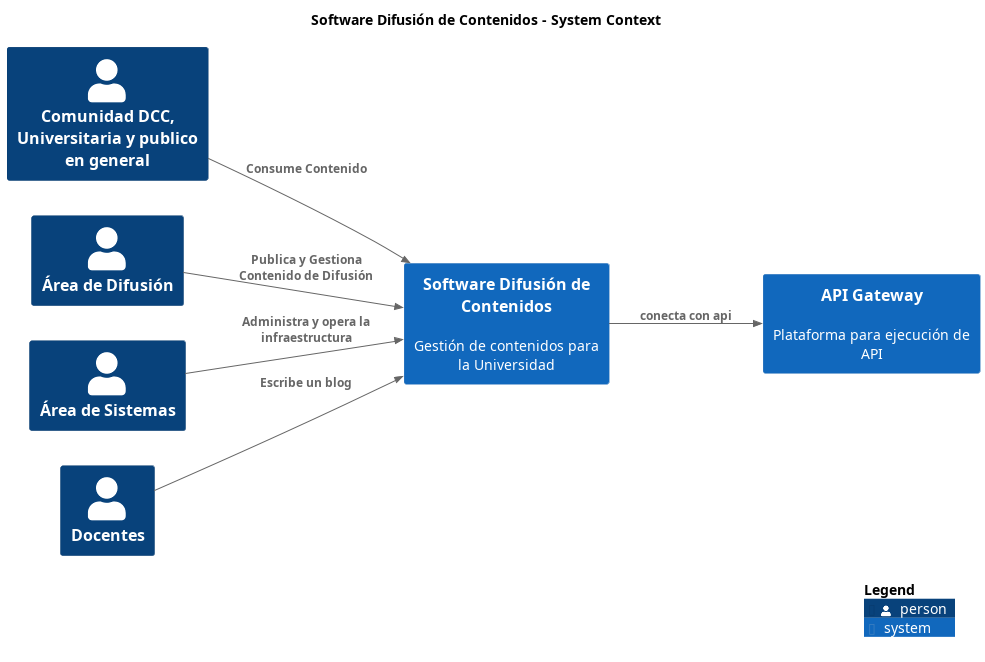
This is build/site/master/png/SystemContext-001.png from nbrx/c4-dcc-arq, a PlantUML export, as it was before one commit.
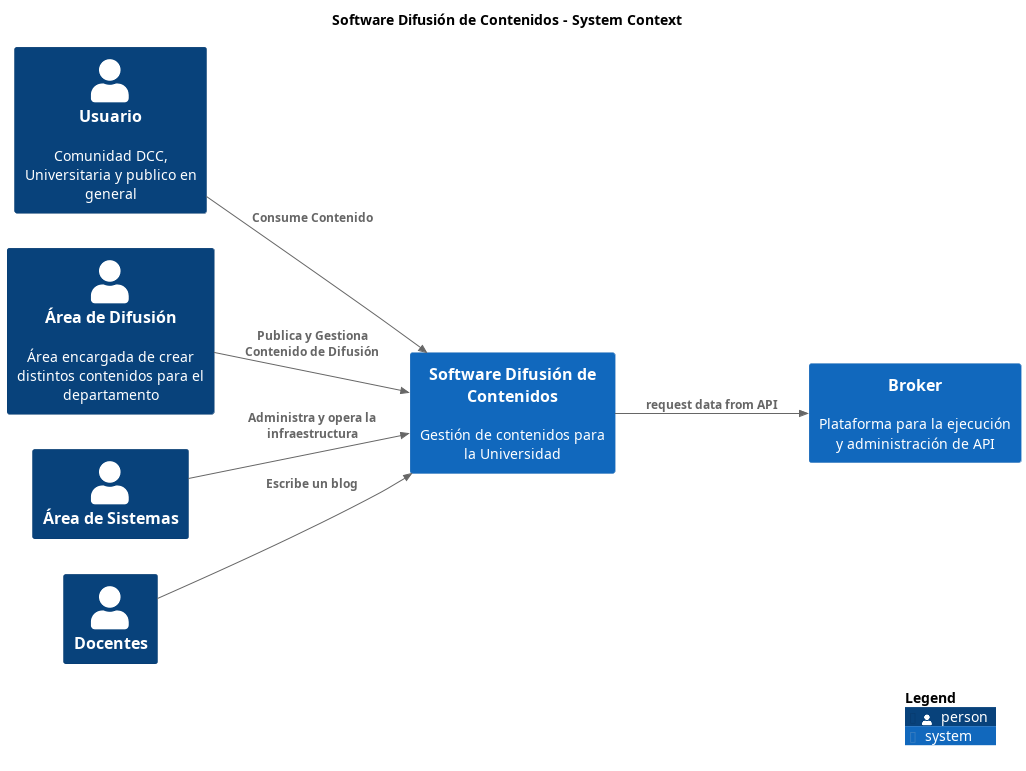
Later version of the same file.

Diff of the diagram source:
```diff
@@ -7,18 +7,18 @@
 !include <C4/C4>
 !include <C4/C4_Context>
 
-Person(ComunidadDCCUniversitariaypublicoengeneral, "Comunidad DCC, Universitaria y publico en general", "", $tags="")
-Person(ÁreadeDifusión, "Área de Difusión", "", $tags="")
+Person(Usuario, "Usuario", "Comunidad DCC, Universitaria y publico en general", $tags="")
+Person(ÁreadeDifusión, "Área de Difusión", "Área encargada de crear distintos contenidos para el departamento", $tags="")
 Person(ÁreadeSistemas, "Área de Sistemas", "", $tags="")
 Person(Docentes, "Docentes", "", $tags="")
-System(APIGateway, "API Gateway", "Plataforma para ejecución de API", $tags="")
+System(Broker, "Broker", "Plataforma para la ejecución y administración de API", $tags="")
 System(SoftwareDifusióndeContenidos, "Software Difusión de Contenidos", "Gestión de contenidos para la Universidad", $tags="")
 
-Rel_D(ComunidadDCCUniversitariaypublicoengeneral, SoftwareDifusióndeContenidos, "Consume Contenido", $tags="")
+Rel_D(Usuario, SoftwareDifusióndeContenidos, "Consume Contenido", $tags="")
 Rel_D(Docentes, SoftwareDifusióndeContenidos, "Escribe un blog", $tags="")
 Rel_D(ÁreadeDifusión, SoftwareDifusióndeContenidos, "Publica y Gestiona Contenido de Difusión", $tags="")
 Rel_D(ÁreadeSistemas, SoftwareDifusióndeContenidos, "Administra y opera la infraestructura", $tags="")
-Rel_D(SoftwareDifusióndeContenidos, APIGateway, "conecta con api", $tags="")
+Rel_D(SoftwareDifusióndeContenidos, Broker, "request data from API", $tags="")
 
 SHOW_LEGEND(true)
 @enduml
```
